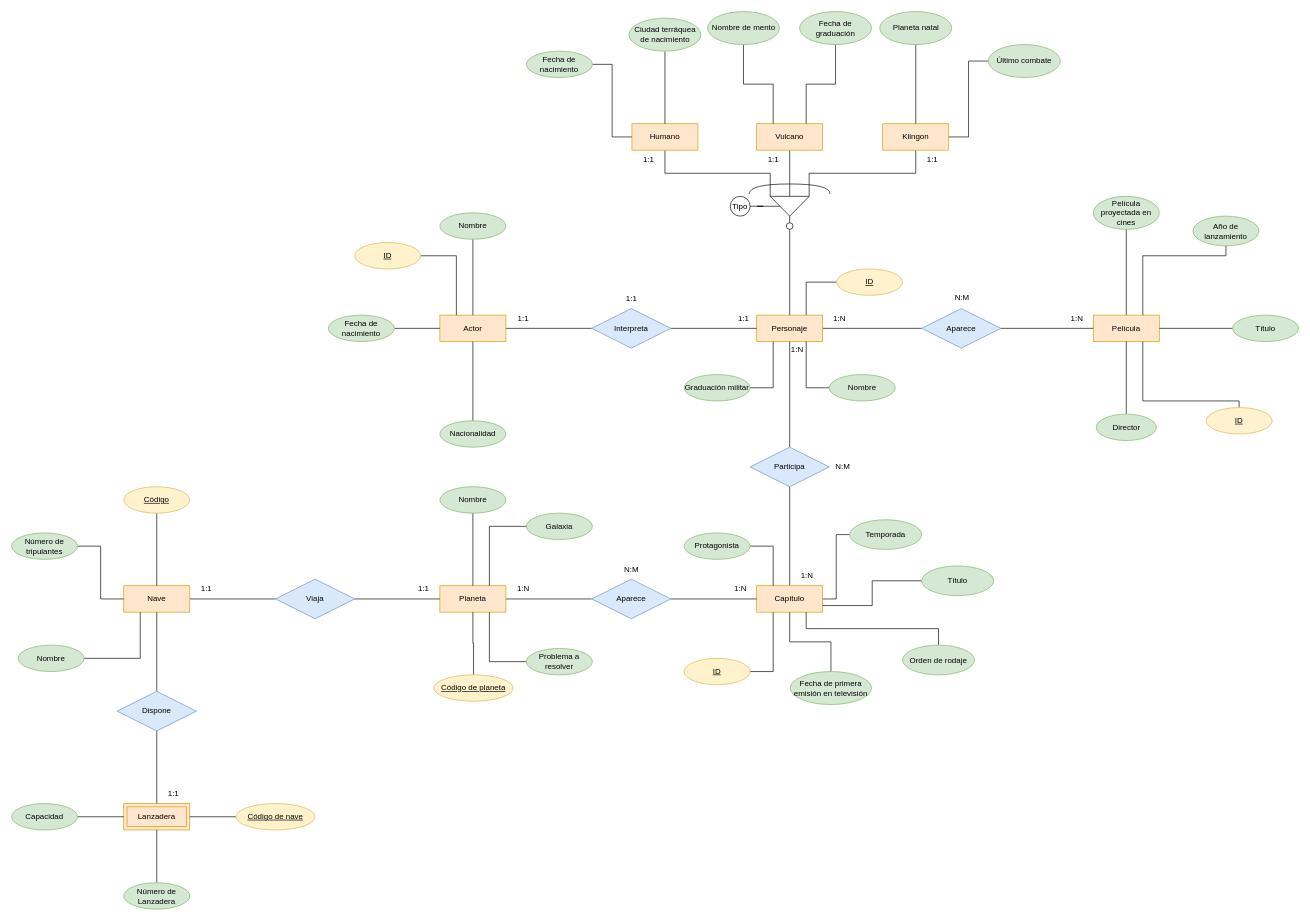
Above: Tarea_entregable3.drawio in GRMiguelAngel/Base-Datos (draw.io), before the change. Source tidied: cells renumbered, new cells numbered last; positions are measured from the earlier drawing's top-left corner, leaving out a move shared by most shapes. Both pictures are drawn from the tidied source at 66%, with x=0, y=0 at pixel (11, 11).
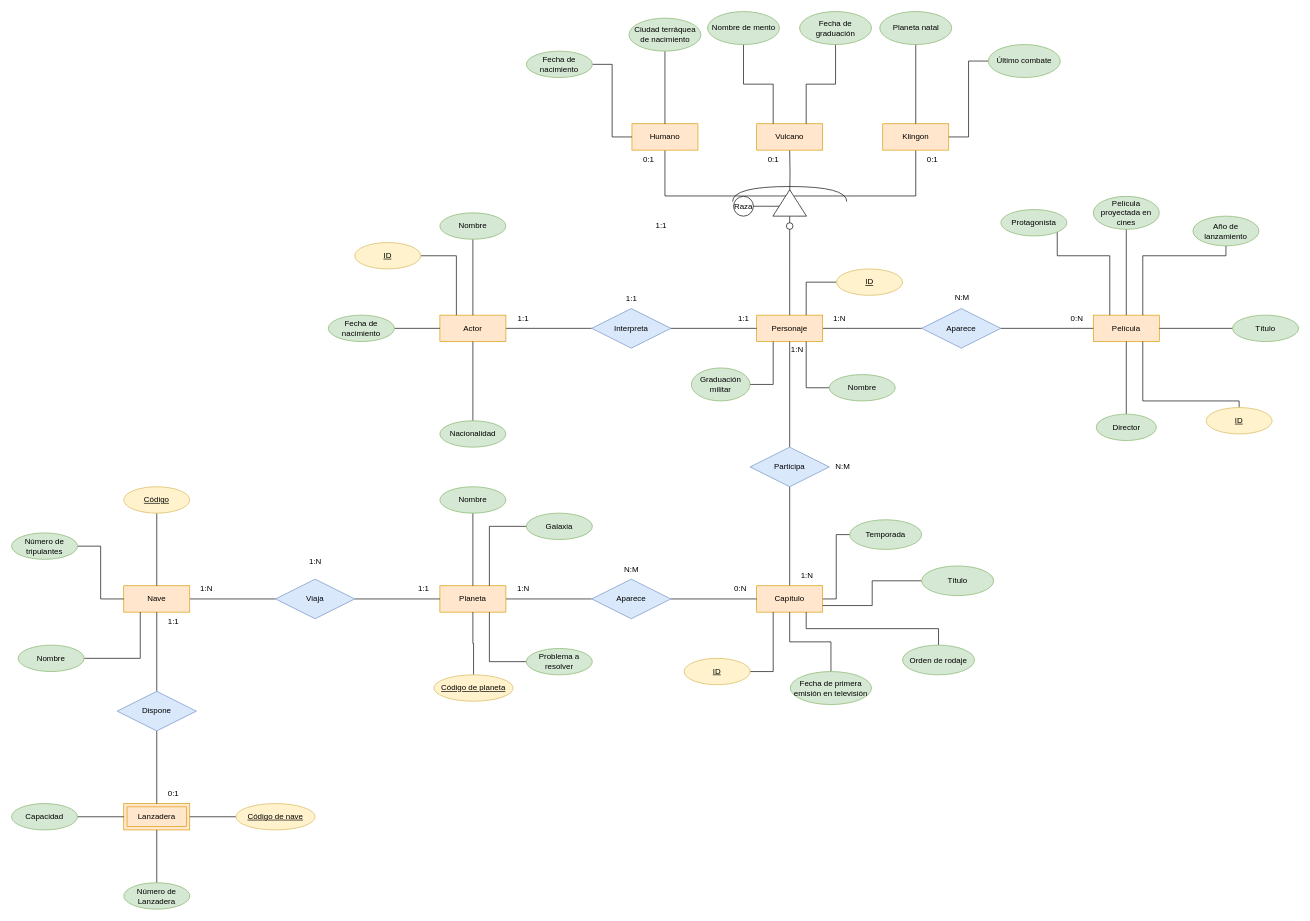
After the change.

Unchanged cells that the change refers to:
```xml
<mxCell id="3" value="Personaje" style="whiteSpace=wrap;html=1;align=center;fillColor=#ffe6cc;strokeColor=#d79b00;" parent="1" vertex="1">
  <mxGeometry x="1129" y="460" width="100" height="40" as="geometry" />
</mxCell>
<mxCell id="4" value="Película" style="whiteSpace=wrap;html=1;align=center;fillColor=#ffe6cc;strokeColor=#d79b00;" parent="1" vertex="1">
  <mxGeometry x="1639" y="460" width="100" height="40" as="geometry" />
</mxCell>
<mxCell id="17" value="Humano" style="whiteSpace=wrap;html=1;align=center;fillColor=#ffe6cc;strokeColor=#d79b00;" parent="1" vertex="1">
  <mxGeometry x="940" y="170" width="100" height="40" as="geometry" />
</mxCell>
<mxCell id="18" value="Vulcano" style="whiteSpace=wrap;html=1;align=center;fillColor=#ffe6cc;strokeColor=#d79b00;" parent="1" vertex="1">
  <mxGeometry x="1129" y="170" width="100" height="40" as="geometry" />
</mxCell>
<mxCell id="19" value="Klingon" style="whiteSpace=wrap;html=1;align=center;fillColor=#ffe6cc;strokeColor=#d79b00;" parent="1" vertex="1">
  <mxGeometry x="1320" y="170" width="100" height="40" as="geometry" />
</mxCell>
<mxCell id="25" value="Capítulo" style="whiteSpace=wrap;html=1;align=center;fillColor=#ffe6cc;strokeColor=#d79b00;" parent="1" vertex="1">
  <mxGeometry x="1129" y="870" width="100" height="40" as="geometry" />
</mxCell>
```

Change to the diagram source:
```diff
@@
-    <mxCell id="11" style="edgeStyle=orthogonalEdgeStyle;rounded=0;jettySize=auto;html=1;exitX=1;exitY=1;exitDx=0;exitDy=0;exitPerimeter=0;entryX=0.5;entryY=1;entryDx=0;entryDy=0;endArrow=none;endFill=0;" parent="1" edge="1" source="14" target="17">
+    <mxCell id="11" style="edgeStyle=orthogonalEdgeStyle;rounded=0;jettySize=auto;html=1;exitX=0.764;exitY=0.402;exitDx=0;exitDy=0;exitPerimeter=0;entryX=0.5;entryY=1;entryDx=0;entryDy=0;endArrow=none;endFill=0;" parent="1" edge="1" source="129" target="17">
       <mxGeometry relative="1" as="geometry" />
     </mxCell>
-    <mxCell id="12" style="edgeStyle=orthogonalEdgeStyle;rounded=0;jettySize=auto;html=1;exitX=0.5;exitY=1;exitDx=0;exitDy=0;exitPerimeter=0;entryX=0.5;entryY=1;entryDx=0;entryDy=0;endArrow=none;endFill=0;" parent="1" edge="1" source="14" target="18">
-      <mxGeometry relative="1" as="geometry" />
+    <mxCell id="12" style="edgeStyle=orthogonalEdgeStyle;rounded=0;jettySize=auto;html=1;exitX=0.5;exitY=1;exitDx=0;exitDy=0;exitPerimeter=0;entryX=0.5;entryY=1;entryDx=0;entryDy=0;endArrow=none;endFill=0;" parent="1" edge="1" target="18">
+      <mxGeometry relative="1" as="geometry">
+        <mxPoint x="1179" y="280" as="sourcePoint" />
+      </mxGeometry>
     </mxCell>
-    <mxCell id="13" style="edgeStyle=orthogonalEdgeStyle;rounded=0;jettySize=auto;html=1;exitX=0;exitY=1;exitDx=0;exitDy=0;exitPerimeter=0;entryX=0.5;entryY=1;entryDx=0;entryDy=0;endArrow=none;endFill=0;" parent="1" edge="1" source="14" target="19">
+    <mxCell id="13" style="edgeStyle=orthogonalEdgeStyle;rounded=0;jettySize=auto;html=1;exitX=0.764;exitY=0.626;exitDx=0;exitDy=0;exitPerimeter=0;entryX=0.5;entryY=1;entryDx=0;entryDy=0;endArrow=none;endFill=0;" parent="1" edge="1" source="129" target="19">
       <mxGeometry relative="1" as="geometry" />
     </mxCell>
-    <mxCell id="14" style="verticalLabelPosition=bottom;verticalAlign=top;html=1;shape=mxgraph.basic.acute_triangle;dx=0.5;rotation=-180;" parent="1" vertex="1">
-      <mxGeometry x="1149.5" y="280" width="59" height="30" as="geometry" />
-    </mxCell>
-    <mxCell id="15" style="edgeStyle=orthogonalEdgeStyle;rounded=0;jettySize=auto;html=1;entryX=0;entryY=0;entryDx=29.5;entryDy=0;entryPerimeter=0;endArrow=none;endFill=0;" parent="1" edge="1" source="3" target="14">
-      <mxGeometry relative="1" as="geometry" />
+    <mxCell id="15" style="edgeStyle=orthogonalEdgeStyle;rounded=0;jettySize=auto;html=1;entryX=0;entryY=0;entryDx=29.5;entryDy=0;entryPerimeter=0;endArrow=none;endFill=0;" parent="1" edge="1" source="3">
+      <mxGeometry relative="1" as="geometry">
+        <mxPoint x="1179" y="310" as="targetPoint" />
+      </mxGeometry>
     </mxCell>
@@
     <mxCell id="20" style="shape=requiredInterface;html=1;verticalLabelPosition=bottom;sketch=0;rotation=-90;" parent="1" vertex="1">
-      <mxGeometry x="1171.5" y="207.5" width="15" height="122.5" as="geometry" />
+      <mxGeometry x="1167.6" y="190" width="22.8" height="173" as="geometry" />
     </mxCell>
@@
-    <mxCell id="47" value="Graduación militar" style="ellipse;whiteSpace=wrap;html=1;align=center;fillColor=#d5e8d4;strokeColor=#82b366;" parent="1" vertex="1">
-      <mxGeometry x="1019" y="550" width="100" height="40" as="geometry" />
+    <mxCell id="47" value="Graduación militar" style="whiteSpace=wrap;html=1;align=center;fillColor=#d5e8d4;strokeColor=#82b366;shape=ellipse;margin=3;perimeter=ellipsePerimeter;" parent="1" vertex="1">
+      <mxGeometry x="1030" y="540" width="89" height="50" as="geometry" />
     </mxCell>
@@
-    <mxCell id="82" style="edgeStyle=orthogonalEdgeStyle;rounded=0;jettySize=auto;html=1;entryX=0.25;entryY=0;entryDx=0;entryDy=0;endArrow=none;endFill=0;" parent="1" edge="1" source="83" target="25">
-      <mxGeometry relative="1" as="geometry" />
-    </mxCell>
+    <mxCell id="125" style="edgeStyle=orthogonalEdgeStyle;rounded=0;jettySize=auto;html=1;exitX=1;exitY=1;exitDx=0;exitDy=0;entryX=0.25;entryY=0;entryDx=0;entryDy=0;endArrow=none;endFill=0;" parent="1" edge="1" source="83" target="4">
+      <mxGeometry relative="1" as="geometry">
+        <Array as="points">
+          <mxPoint x="1584" y="370" />
+          <mxPoint x="1664" y="370" />
+        </Array>
+      </mxGeometry>
+    </mxCell>
     <mxCell id="83" value="Protagonista" style="ellipse;whiteSpace=wrap;html=1;align=center;fillColor=#d5e8d4;strokeColor=#82b366;" parent="1" vertex="1">
-      <mxGeometry x="1019" y="790" width="100" height="40" as="geometry" />
+      <mxGeometry x="1499" y="300" width="100" height="40" as="geometry" />
     </mxCell>
@@
-    <mxCell id="105" value="1:N" style="text;html=1;align=center;verticalAlign=middle;strokeColor=none;fillColor=none;" parent="1" vertex="1">
+    <mxCell id="105" value="0:N" style="text;html=1;align=center;verticalAlign=middle;strokeColor=none;fillColor=none;" parent="1" vertex="1">
       <mxGeometry x="1594" y="450" width="40" height="30" as="geometry" />
     </mxCell>
@@
-    <mxCell id="108" value="Tipo" style="ellipse;whiteSpace=wrap;html=1;" parent="1" vertex="1">
-      <mxGeometry x="1089" y="280" width="30" height="30" as="geometry" />
+    <mxCell id="108" value="Raza" style="ellipse;whiteSpace=wrap;html=1;" parent="1" vertex="1">
+      <mxGeometry x="1094" y="280" width="30" height="30" as="geometry" />
     </mxCell>
-    <mxCell id="109" style="edgeStyle=orthogonalEdgeStyle;rounded=0;jettySize=auto;html=1;entryX=0;entryY=0;entryDx=44.25;entryDy=15;entryPerimeter=0;endArrow=none;endFill=0;" parent="1" edge="1" source="108" target="14">
-      <mxGeometry relative="1" as="geometry" />
+    <mxCell id="109" style="edgeStyle=orthogonalEdgeStyle;rounded=0;jettySize=auto;html=1;entryX=0;entryY=0;entryDx=44.25;entryDy=15;entryPerimeter=0;endArrow=none;endFill=0;" parent="1" edge="1" source="108">
+      <mxGeometry relative="1" as="geometry">
+        <mxPoint x="1164.2" y="295" as="targetPoint" />
+      </mxGeometry>
     </mxCell>
-    <mxCell id="110" value="1:1" style="text;html=1;align=center;verticalAlign=middle;strokeColor=none;fillColor=none;" parent="1" vertex="1">
+    <mxCell id="110" value="0:1" style="text;html=1;align=center;verticalAlign=middle;strokeColor=none;fillColor=none;" parent="1" vertex="1">
       <mxGeometry x="945" y="210" width="40" height="30" as="geometry" />
     </mxCell>
-    <mxCell id="111" value="1:1" style="text;html=1;align=center;verticalAlign=middle;strokeColor=none;fillColor=none;" parent="1" vertex="1">
+    <mxCell id="111" value="0:1" style="text;html=1;align=center;verticalAlign=middle;strokeColor=none;fillColor=none;" parent="1" vertex="1">
       <mxGeometry x="1134" y="210" width="40" height="30" as="geometry" />
     </mxCell>
-    <mxCell id="112" value="1:1" style="text;html=1;align=center;verticalAlign=middle;strokeColor=none;fillColor=none;" parent="1" vertex="1">
+    <mxCell id="112" value="0:1" style="text;html=1;align=center;verticalAlign=middle;strokeColor=none;fillColor=none;" parent="1" vertex="1">
       <mxGeometry x="1375" y="210" width="40" height="30" as="geometry" />
     </mxCell>
@@
-    <mxCell id="117" value="1:N" style="text;html=1;align=center;verticalAlign=middle;strokeColor=none;fillColor=none;" parent="1" vertex="1">
+    <mxCell id="117" value="0:N" style="text;html=1;align=center;verticalAlign=middle;strokeColor=none;fillColor=none;" parent="1" vertex="1">
       <mxGeometry x="1084" y="860" width="40" height="30" as="geometry" />
     </mxCell>
@@
-    <mxCell id="123" value="1:1" style="text;html=1;align=center;verticalAlign=middle;strokeColor=none;fillColor=none;" parent="1" vertex="1">
+    <mxCell id="123" value="1:N" style="text;html=1;align=center;verticalAlign=middle;strokeColor=none;fillColor=none;" parent="1" vertex="1">
       <mxGeometry x="275" y="860" width="40" height="30" as="geometry" />
     </mxCell>
-    <mxCell id="124" value="1:1" style="text;html=1;align=center;verticalAlign=middle;strokeColor=none;fillColor=none;" parent="1" vertex="1">
+    <mxCell id="124" value="0:1" style="text;html=1;align=center;verticalAlign=middle;strokeColor=none;fillColor=none;" parent="1" vertex="1">
       <mxGeometry x="225" y="1170" width="40" height="30" as="geometry" />
     </mxCell>
+    <mxCell id="126" value="1:N" style="text;html=1;align=center;verticalAlign=middle;strokeColor=none;fillColor=none;" parent="1" vertex="1">
+      <mxGeometry x="440" y="818" width="40" height="30" as="geometry" />
+    </mxCell>
+    <mxCell id="127" value="1:1" style="text;html=1;align=center;verticalAlign=middle;strokeColor=none;fillColor=none;" parent="1" vertex="1">
+      <mxGeometry x="225" y="910" width="40" height="30" as="geometry" />
+    </mxCell>
+    <mxCell id="128" value="1:1" style="text;html=1;align=center;verticalAlign=middle;strokeColor=none;fillColor=none;" parent="1" vertex="1">
+      <mxGeometry x="964" y="310" width="40" height="30" as="geometry" />
+    </mxCell>
+    <mxCell id="129" style="triangle;whiteSpace=wrap;html=1;direction=north;" parent="1" vertex="1">
+      <mxGeometry x="1153.5" y="270" width="51" height="40" as="geometry" />
+    </mxCell>
```
